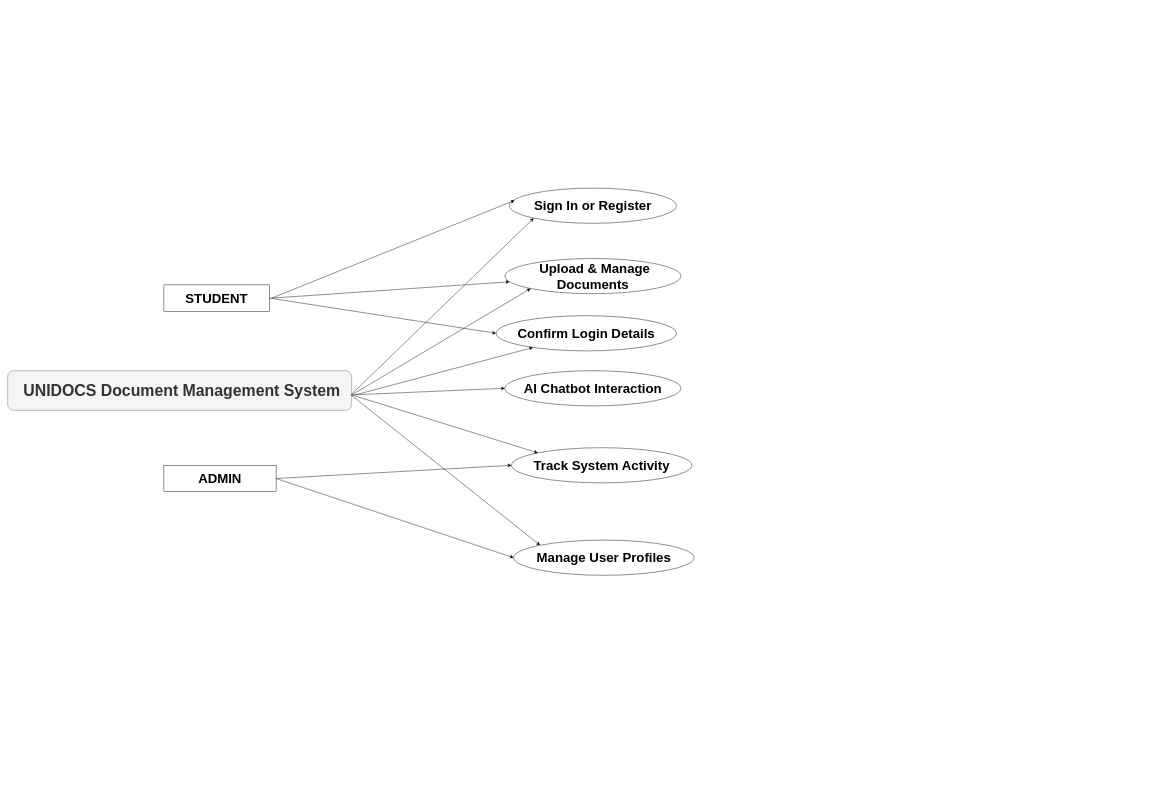
The draw.io diagram page "Page-1" (1 of 6) of The FYP Report/UNIDOCS - DIAGRAMS/USE CASE.drawio in Ramadhani-Yassin/UNIDOCS, before the edit. Source tidied: cells renumbered, new cells numbered last; positions are measured from the earlier drawing's top-left corner, leaving out a move shared by most shapes. Both pictures are drawn from the tidied source at 44%, with x=0, y=0 at pixel (7, 188).
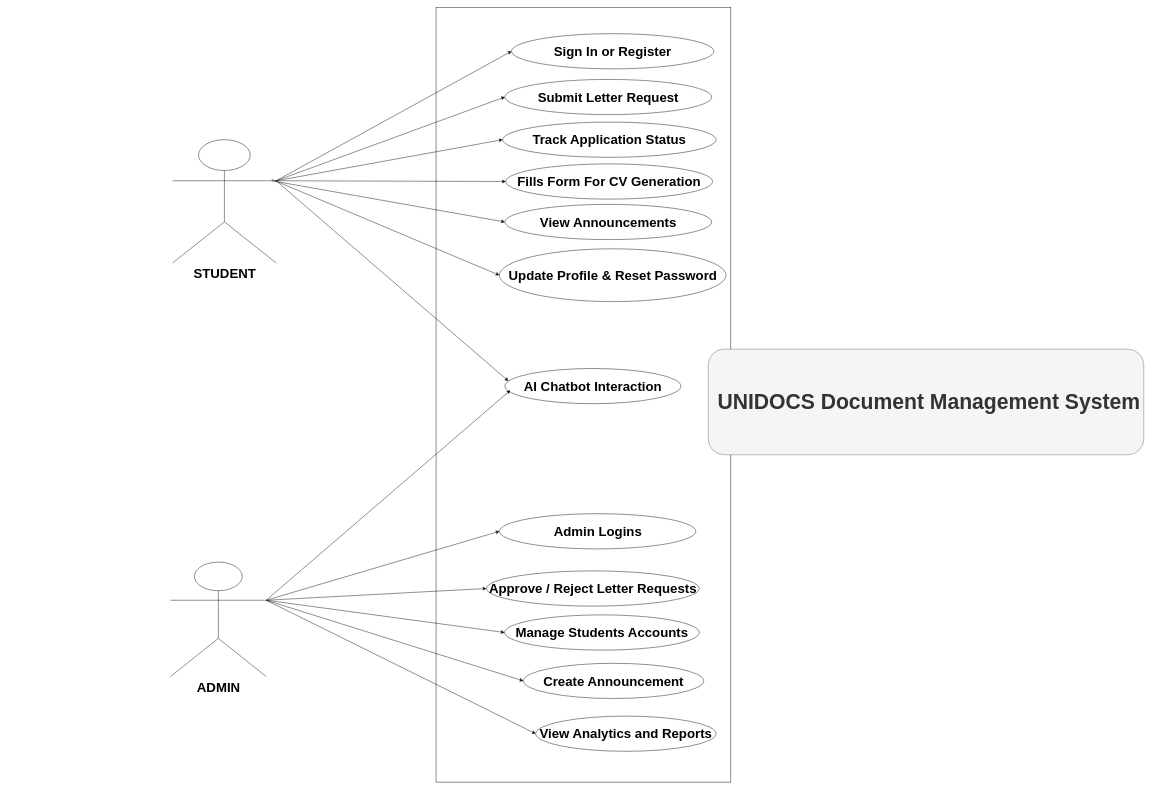
After the change.

The edit, as a diff of the source:
```diff
@@
+    <mxCell id="22" style="rounded=0;whiteSpace=wrap;html=1;" parent="1" vertex="1">
+      <mxGeometry x="973.5" y="-410" width="670" height="1760" as="geometry" />
+    </mxCell>
-    <mxCell id="2" value="&lt;font style=&quot;font-size: 36px;&quot;&gt;&lt;b&gt;&amp;nbsp;UNIDOCS Document Management System&lt;/b&gt;&lt;/font&gt;" style="rounded=1;whiteSpace=wrap;html=1;fillColor=#f5f5f5;strokeColor=#666666;fontColor=#333333;" parent="1" vertex="1">
-      <mxGeometry y="415" width="781.8" height="90" as="geometry" />
+    <mxCell id="2" value="&lt;font style=&quot;font-size: 48px;&quot;&gt;&lt;b style=&quot;&quot;&gt;&amp;nbsp;UNIDOCS Document Management System&lt;/b&gt;&lt;/font&gt;" style="rounded=1;whiteSpace=wrap;html=1;fillColor=#f5f5f5;strokeColor=#666666;fontColor=#333333;" parent="1" vertex="1">
+      <mxGeometry x="1592" y="366" width="990" height="240" as="geometry" />
     </mxCell>
-    <mxCell id="3" value="&lt;font style=&quot;font-size: 30px;&quot;&gt;&lt;b&gt;STUDENT&lt;/b&gt;&lt;/font&gt;" style="rounded=0;whiteSpace=wrap;html=1;" parent="1" vertex="1">
-      <mxGeometry x="355" y="220" width="240" height="60" as="geometry" />
-    </mxCell>
-    <mxCell id="4" value="&lt;font style=&quot;font-size: 30px;&quot;&gt;&lt;b&gt;ADMIN&lt;/b&gt;&lt;/font&gt;" style="rounded=0;whiteSpace=wrap;html=1;" parent="1" vertex="1">
-      <mxGeometry x="355" y="630" width="255" height="60" as="geometry" />
-    </mxCell>
-    <mxCell id="5" value="&lt;font style=&quot;font-size: 30px;&quot;&gt;&lt;b&gt;&amp;nbsp;Upload &amp;amp; Manage Documents&lt;/b&gt;&lt;/font&gt;" style="ellipse;whiteSpace=wrap;html=1;" parent="1" vertex="1">
-      <mxGeometry x="1130" y="160" width="400" height="80" as="geometry" />
+    <mxCell id="5" value="&lt;span style=&quot;font-size: 30px;&quot;&gt;&lt;b&gt;Submit Letter Request&lt;/b&gt;&lt;/span&gt;" style="ellipse;whiteSpace=wrap;html=1;" parent="1" vertex="1">
+      <mxGeometry x="1130" y="-247" width="470" height="80" as="geometry" />
     </mxCell>
-    <mxCell id="6" value="&lt;font style=&quot;font-size: 30px;&quot;&gt;&lt;b&gt;Confirm Login Details&lt;/b&gt;&lt;/font&gt;" style="ellipse;whiteSpace=wrap;html=1;" parent="1" vertex="1">
-      <mxGeometry x="1110" y="290" width="410" height="80" as="geometry" />
+    <mxCell id="6" value="&lt;font style=&quot;font-size: 30px;&quot;&gt;&lt;b&gt;Fills Form For CV Generation&lt;/b&gt;&lt;/font&gt;" style="ellipse;whiteSpace=wrap;html=1;" parent="1" vertex="1">
+      <mxGeometry x="1132" y="-55" width="470" height="80" as="geometry" />
     </mxCell>
     <mxCell id="7" value="&lt;font style=&quot;font-size: 30px;&quot;&gt;&lt;b&gt;Sign In or Register&lt;/b&gt;&lt;/font&gt;" style="ellipse;whiteSpace=wrap;html=1;" parent="1" vertex="1">
-      <mxGeometry x="1140" width="380" height="80" as="geometry" />
+      <mxGeometry x="1145" y="-351" width="460" height="80" as="geometry" />
     </mxCell>
-    <mxCell id="8" value="&lt;font style=&quot;font-size: 30px;&quot;&gt;&lt;b&gt;Track System Activity&lt;/b&gt;&lt;/font&gt;" style="ellipse;whiteSpace=wrap;html=1;" parent="1" vertex="1">
-      <mxGeometry x="1145" y="590" width="410" height="80" as="geometry" />
+    <mxCell id="8" value="&lt;font style=&quot;font-size: 30px;&quot;&gt;&lt;b&gt;Admin Logins&lt;/b&gt;&lt;/font&gt;" style="ellipse;whiteSpace=wrap;html=1;" parent="1" vertex="1">
+      <mxGeometry x="1117.5" y="740" width="446.5" height="80" as="geometry" />
     </mxCell>
-    <mxCell id="9" value="&lt;font style=&quot;font-size: 30px;&quot;&gt;&lt;b&gt;Manage User Profiles&lt;/b&gt;&lt;/font&gt;" style="ellipse;whiteSpace=wrap;html=1;" parent="1" vertex="1">
-      <mxGeometry x="1150" y="800" width="410" height="80" as="geometry" />
+    <mxCell id="9" value="&lt;b style=&quot;font-size: 30px;&quot;&gt;Manage Students Accounts&lt;/b&gt;" style="ellipse;whiteSpace=wrap;html=1;" parent="1" vertex="1">
+      <mxGeometry x="1129.4" y="970" width="442.5" height="80" as="geometry" />
     </mxCell>
     <mxCell id="10" value="&lt;font style=&quot;font-size: 30px;&quot;&gt;&lt;b&gt;AI Chatbot Interaction&lt;/b&gt;&lt;/font&gt;" style="ellipse;whiteSpace=wrap;html=1;" parent="1" vertex="1">
-      <mxGeometry x="1130" y="415" width="400" height="80" as="geometry" />
+      <mxGeometry x="1130" y="410" width="400" height="80" as="geometry" />
     </mxCell>
-    <mxCell id="11" style="endArrow=classic;html=1;rounded=0;entryX=0.032;entryY=0.35;entryDx=0;entryDy=0;entryPerimeter=0;" parent="1" edge="1" target="7">
-      <mxGeometry relative="1" as="geometry">
-        <mxPoint x="600" y="250" as="sourcePoint" />
-      </mxGeometry>
+    <mxCell id="11" style="endArrow=classic;html=1;rounded=0;entryX=0;entryY=0.5;entryDx=0;entryDy=0;exitX=1;exitY=0.3333333333333333;exitDx=0;exitDy=0;exitPerimeter=0;" parent="1" edge="1" source="3" target="7">
+      <mxGeometry relative="1" as="geometry" />
     </mxCell>
-    <mxCell id="12" style="endArrow=classic;html=1;rounded=0;entryX=0;entryY=0.5;entryDx=0;entryDy=0;exitX=1;exitY=0.5;exitDx=0;exitDy=0;" parent="1" edge="1" source="3" target="6">
+    <mxCell id="12" style="endArrow=classic;html=1;rounded=0;entryX=0;entryY=0.5;entryDx=0;entryDy=0;exitX=1;exitY=0.3333333333333333;exitDx=0;exitDy=0;exitPerimeter=0;" parent="1" edge="1" source="3" target="6">
       <mxGeometry relative="1" as="geometry" />
     </mxCell>
-    <mxCell id="13" style="endArrow=classic;html=1;rounded=0;" parent="1" edge="1" target="5">
-      <mxGeometry relative="1" as="geometry">
-        <mxPoint x="600" y="250" as="sourcePoint" />
-      </mxGeometry>
+    <mxCell id="13" style="endArrow=classic;html=1;rounded=0;entryX=0;entryY=0.5;entryDx=0;entryDy=0;exitX=1;exitY=0.3333333333333333;exitDx=0;exitDy=0;exitPerimeter=0;" parent="1" edge="1" source="3" target="5">
+      <mxGeometry relative="1" as="geometry" />
     </mxCell>
-    <mxCell id="14" style="endArrow=classic;html=1;rounded=0;entryX=0;entryY=0.5;entryDx=0;entryDy=0;exitX=1;exitY=0.5;exitDx=0;exitDy=0;" parent="1" edge="1" source="4" target="9">
+    <mxCell id="14" style="endArrow=classic;html=1;rounded=0;entryX=0;entryY=0.5;entryDx=0;entryDy=0;exitX=1;exitY=0.3333333333333333;exitDx=0;exitDy=0;exitPerimeter=0;" parent="1" edge="1" source="4" target="9">
       <mxGeometry relative="1" as="geometry" />
     </mxCell>
-    <mxCell id="15" style="endArrow=classic;html=1;rounded=0;entryX=0;entryY=0.5;entryDx=0;entryDy=0;" parent="1" edge="1" target="8">
-      <mxGeometry relative="1" as="geometry">
-        <mxPoint x="610" y="660" as="sourcePoint" />
-      </mxGeometry>
+    <mxCell id="15" style="endArrow=classic;html=1;rounded=0;entryX=0;entryY=0.5;entryDx=0;entryDy=0;exitX=1;exitY=0.3333333333333333;exitDx=0;exitDy=0;exitPerimeter=0;" parent="1" edge="1" source="4" target="8">
+      <mxGeometry relative="1" as="geometry" />
     </mxCell>
-    <mxCell id="16" style="endArrow=classic;html=1;rounded=0;entryX=0;entryY=0.5;entryDx=0;entryDy=0;exitX=1;exitY=0.611;exitDx=0;exitDy=0;exitPerimeter=0;fillColor=#dae8fc;strokeColor=#090B0F;" parent="1" edge="1" source="2" target="10">
-      <mxGeometry relative="1" as="geometry" />
-    </mxCell>
-    <mxCell id="17" style="endArrow=classic;html=1;rounded=0;entryX=0;entryY=1;entryDx=0;entryDy=0;fillColor=#f5f5f5;strokeColor=#000000;" parent="1" edge="1" target="5">
-      <mxGeometry relative="1" as="geometry">
-        <mxPoint x="782" y="470" as="sourcePoint" />
-      </mxGeometry>
-    </mxCell>
-    <mxCell id="18" style="endArrow=classic;html=1;rounded=0;entryX=0;entryY=1;entryDx=0;entryDy=0;fillColor=#dae8fc;strokeColor=#000000;" parent="1" edge="1" target="7">
-      <mxGeometry relative="1" as="geometry">
-        <mxPoint x="780" y="470" as="sourcePoint" />
-      </mxGeometry>
-    </mxCell>
-    <mxCell id="19" style="endArrow=classic;html=1;rounded=0;fillColor=#dae8fc;strokeColor=#000000;" parent="1" edge="1" target="6">
-      <mxGeometry relative="1" as="geometry">
-        <mxPoint x="790" y="470" as="sourcePoint" />
-      </mxGeometry>
-    </mxCell>
-    <mxCell id="20" style="endArrow=classic;html=1;rounded=0;entryX=0;entryY=0;entryDx=0;entryDy=0;" parent="1" edge="1" target="8">
-      <mxGeometry relative="1" as="geometry">
-        <mxPoint x="781.8" y="470" as="sourcePoint" />
-      </mxGeometry>
-    </mxCell>
-    <mxCell id="21" style="endArrow=classic;html=1;rounded=0;entryX=0;entryY=0;entryDx=0;entryDy=0;" parent="1" edge="1" target="9">
-      <mxGeometry relative="1" as="geometry">
-        <mxPoint x="780" y="470" as="sourcePoint" />
-      </mxGeometry>
-    </mxCell>
+    <mxCell id="23" style="endArrow=classic;html=1;rounded=0;entryX=0;entryY=0.5;entryDx=0;entryDy=0;exitX=1;exitY=0.3333333333333333;exitDx=0;exitDy=0;exitPerimeter=0;" parent="1" edge="1" source="4" target="24">
+      <mxGeometry relative="1" as="geometry" />
+    </mxCell>
+    <mxCell id="24" value="&lt;span style=&quot;font-size: 30px;&quot;&gt;&lt;b&gt;Approve / Reject Letter Requests&lt;/b&gt;&lt;/span&gt;" style="ellipse;whiteSpace=wrap;html=1;" parent="1" vertex="1">
+      <mxGeometry x="1088.1" y="870" width="483.8" height="80" as="geometry" />
+    </mxCell>
+    <mxCell id="25" value="&lt;span style=&quot;font-size: 30px;&quot;&gt;&lt;b&gt;Track Application Status&lt;/b&gt;&lt;/span&gt;" style="ellipse;whiteSpace=wrap;html=1;" parent="1" vertex="1">
+      <mxGeometry x="1125" y="-150" width="485" height="80" as="geometry" />
+    </mxCell>
+    <mxCell id="26" style="endArrow=classic;html=1;rounded=0;entryX=0;entryY=0.5;entryDx=0;entryDy=0;exitX=1;exitY=0.3333333333333333;exitDx=0;exitDy=0;exitPerimeter=0;" parent="1" edge="1" source="3" target="25">
+      <mxGeometry relative="1" as="geometry" />
+    </mxCell>
+    <mxCell id="3" value="&lt;b style=&quot;font-size: 30px; text-wrap-mode: wrap;&quot;&gt;STUDENT&lt;/b&gt;" style="shape=umlActor;verticalLabelPosition=bottom;verticalAlign=top;html=1;outlineConnect=0;" parent="1" vertex="1">
+      <mxGeometry x="375" y="-110" width="235" height="280" as="geometry" />
+    </mxCell>
+    <mxCell id="27" style="endArrow=classic;html=1;rounded=0;entryX=0;entryY=0.5;entryDx=0;entryDy=0;exitX=1;exitY=0.3333333333333333;exitDx=0;exitDy=0;exitPerimeter=0;" parent="1" edge="1" target="28">
+      <mxGeometry relative="1" as="geometry">
+        <mxPoint x="600" y="-16.7" as="sourcePoint" />
+      </mxGeometry>
+    </mxCell>
+    <mxCell id="28" value="&lt;font style=&quot;font-size: 30px;&quot;&gt;&lt;b&gt;View Announcements&lt;/b&gt;&lt;/font&gt;" style="ellipse;whiteSpace=wrap;html=1;" parent="1" vertex="1">
+      <mxGeometry x="1130" y="37" width="470" height="80" as="geometry" />
+    </mxCell>
+    <mxCell id="29" style="endArrow=classic;html=1;rounded=0;entryX=0;entryY=0.5;entryDx=0;entryDy=0;" parent="1" edge="1" target="30">
+      <mxGeometry relative="1" as="geometry">
+        <mxPoint x="600" y="-20" as="sourcePoint" />
+      </mxGeometry>
+    </mxCell>
+    <mxCell id="30" value="&lt;font style=&quot;font-size: 30px;&quot;&gt;&lt;b&gt;Update Profile &amp;amp; Reset Password&lt;/b&gt;&lt;/font&gt;" style="ellipse;whiteSpace=wrap;html=1;" parent="1" vertex="1">
+      <mxGeometry x="1117.5" y="138" width="515" height="120" as="geometry" />
+    </mxCell>
+    <mxCell id="31" style="endArrow=classic;html=1;rounded=0;entryX=0.02;entryY=0.356;entryDx=0;entryDy=0;entryPerimeter=0;exitX=1;exitY=0.3333333333333333;exitDx=0;exitDy=0;exitPerimeter=0;" parent="1" edge="1" source="3" target="10">
+      <mxGeometry relative="1" as="geometry" />
+    </mxCell>
+    <mxCell id="4" value="&lt;b style=&quot;font-size: 30px; text-wrap-mode: wrap;&quot;&gt;ADMIN&lt;/b&gt;" style="shape=umlActor;verticalLabelPosition=bottom;verticalAlign=top;html=1;outlineConnect=0;" parent="1" vertex="1">
+      <mxGeometry x="370" y="850" width="217.5" height="260" as="geometry" />
+    </mxCell>
+    <mxCell id="32" style="endArrow=classic;html=1;rounded=0;exitX=1;exitY=0.3333333333333333;exitDx=0;exitDy=0;exitPerimeter=0;entryX=0.031;entryY=0.62;entryDx=0;entryDy=0;entryPerimeter=0;" parent="1" edge="1" source="4" target="10">
+      <mxGeometry relative="1" as="geometry" />
+    </mxCell>
+    <mxCell id="33" value="&lt;b style=&quot;font-size: 30px;&quot;&gt;Create Announcement&lt;/b&gt;" style="ellipse;whiteSpace=wrap;html=1;" parent="1" vertex="1">
+      <mxGeometry x="1172" y="1080" width="410" height="80" as="geometry" />
+    </mxCell>
+    <mxCell id="34" style="endArrow=classic;html=1;rounded=0;entryX=0;entryY=0.5;entryDx=0;entryDy=0;exitX=1;exitY=0.3333333333333333;exitDx=0;exitDy=0;exitPerimeter=0;" parent="1" edge="1" source="4" target="33">
+      <mxGeometry relative="1" as="geometry" />
+    </mxCell>
+    <mxCell id="35" style="endArrow=classic;html=1;rounded=0;entryX=0;entryY=0.5;entryDx=0;entryDy=0;exitX=1;exitY=0.3333333333333333;exitDx=0;exitDy=0;exitPerimeter=0;" parent="1" edge="1" source="4" target="36">
+      <mxGeometry relative="1" as="geometry" />
+    </mxCell>
+    <mxCell id="36" value="&lt;b style=&quot;font-size: 30px;&quot;&gt;View Analytics and Reports&lt;/b&gt;" style="ellipse;whiteSpace=wrap;html=1;" parent="1" vertex="1">
+      <mxGeometry x="1200" y="1200" width="410" height="80" as="geometry" />
+    </mxCell>
```
